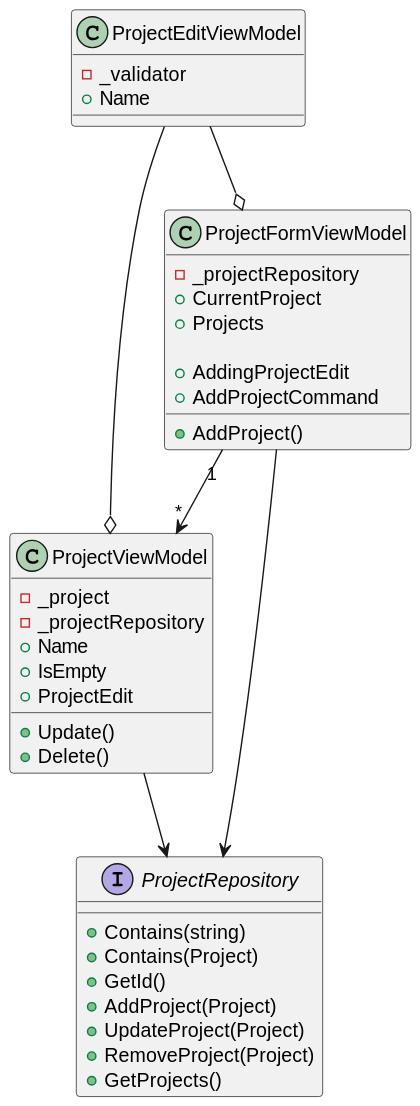
The PlantUML diagram docs/class_diagrams/images/projectform.svg in quaterni/TimaProject, before a commit.
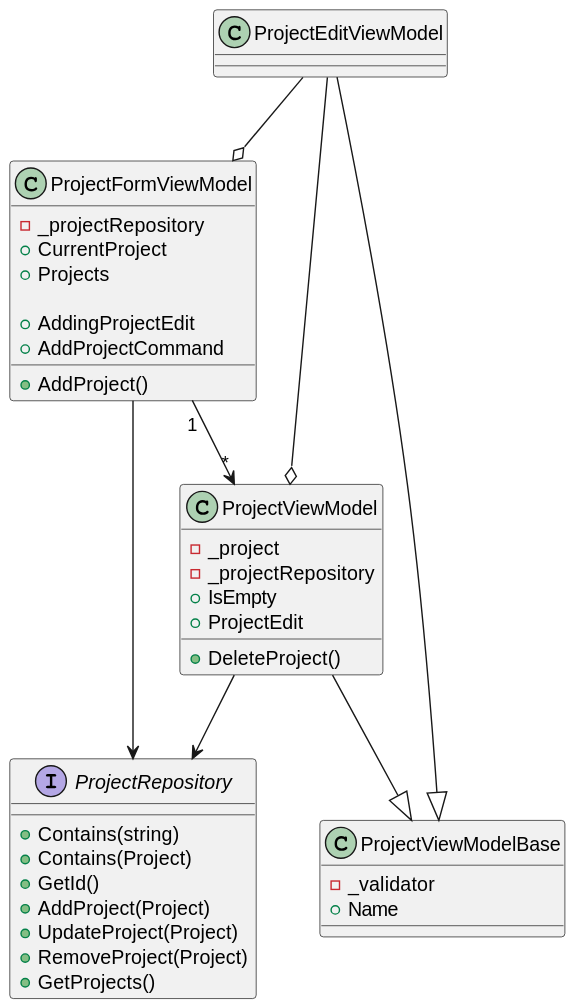
Later version of the same file.

Commit message:
add: ProjectViewModel, ProjectViewModel base, ProjectEditViewModel extends ProjectViewModelBase, added tests

Change to the diagram source:
```diff
@@ -10,22 +10,28 @@
     + AddProject()
 }
 
+class "ProjectViewModelBase" as projectBase{
+    - _validator
+    + Name
+
+}
+
 class "ProjectViewModel" as projectVM {
     - _project
     - _projectRepository
-    + Name
     + IsEmpty
     + ProjectEdit
-    + Update()
-    + Delete()
+    + DeleteProject()
 }
 
 pf "1" --> "*" projectVM
 
 class "ProjectEditViewModel" as projectEdit{
-    - _validator
-    + Name
+
 }
+
+projectEdit --|> projectBase
+projectVM --|> projectBase
 
 projectEdit --o pf
 projectEdit --o projectVM
```
